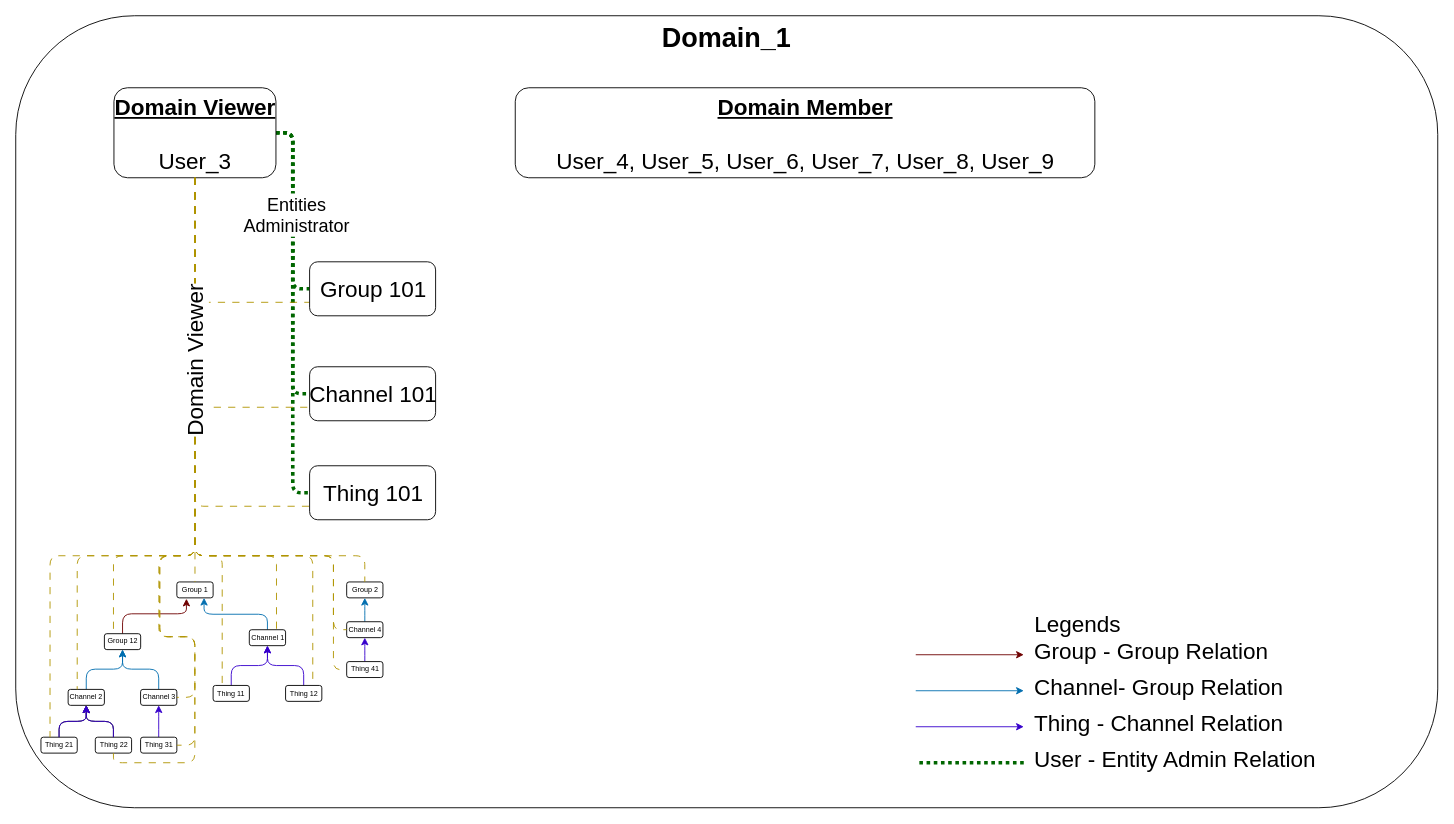
Earlier version of the draw.io diagram docs/diagrams/group_users_administrator_1.drawio (absmach/supermq-docs). Source tidied: cells renumbered, new cells numbered last; positions are measured from the earlier drawing's top-left corner, leaving out a move shared by most shapes. Both pictures are drawn from the tidied source at 90%, with x=0, y=0 at pixel (15, 15).
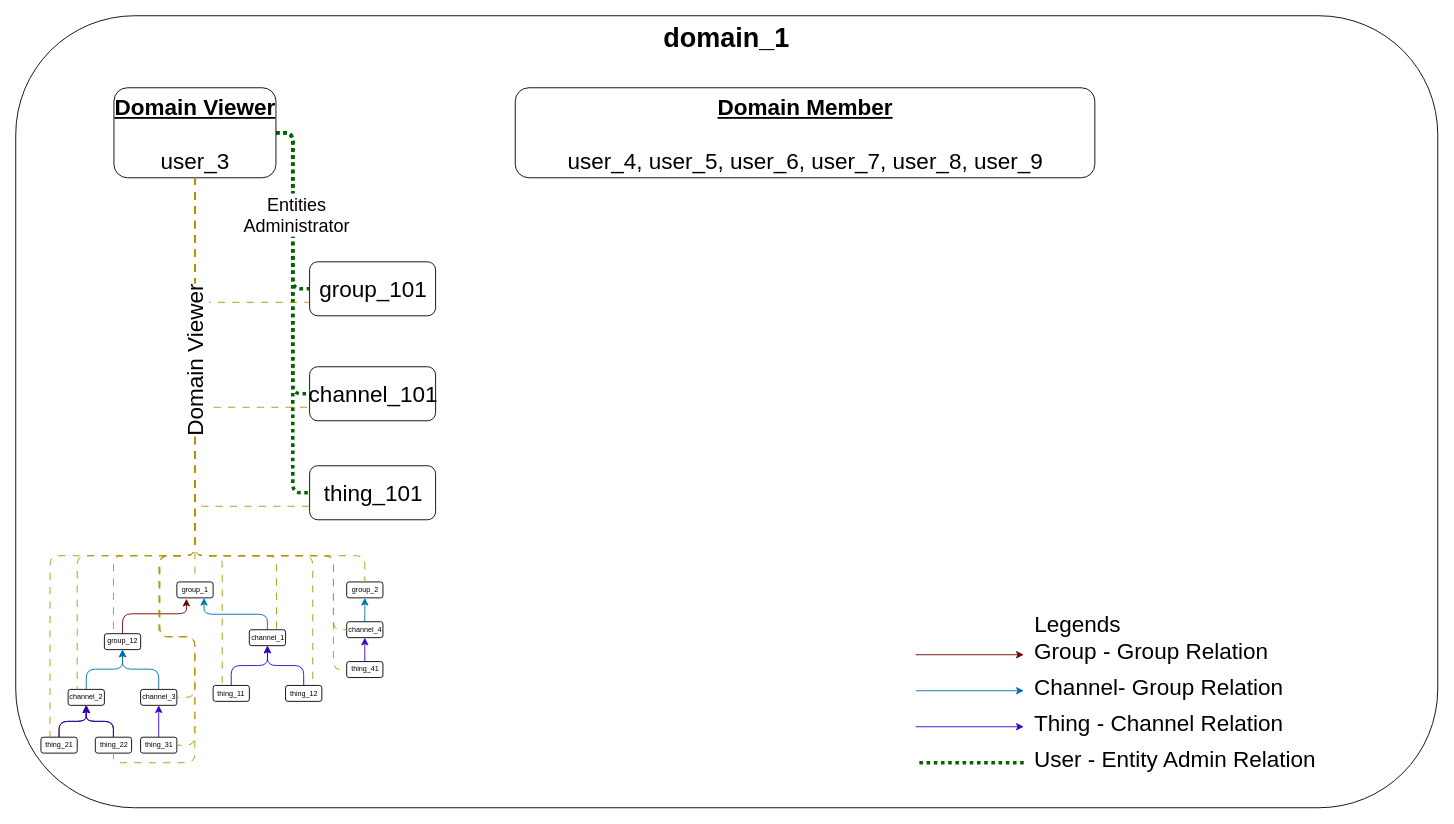
After the change.

The change refers to these unchanged cells:
```xml
<mxCell id="7" style="group;fontSize=8;" parent="6" vertex="1">
  <mxGeometry x="28" y="607" width="380" height="230" as="geometry" />
</mxCell>
```

Change to the diagram source:
```diff
@@
-    <mxCell id="5" value="&lt;font style=&quot;font-size: 30px;&quot;&gt;&lt;b style=&quot;&quot;&gt;Domain_1&lt;/b&gt;&lt;/font&gt;" style="rounded=1;whiteSpace=wrap;html=1;verticalAlign=top;fillColor=default;" parent="4" vertex="1">
+    <mxCell id="5" value="&lt;font style=&quot;font-size: 30px;&quot;&gt;&lt;b style=&quot;&quot;&gt;domain_1&lt;/b&gt;&lt;/font&gt;" style="rounded=1;whiteSpace=wrap;html=1;verticalAlign=top;fillColor=default;" parent="4" vertex="1">
       <mxGeometry width="1580" height="880" as="geometry" />
     </mxCell>
@@
-    <mxCell id="8" value="Group 1" style="rounded=1;html=1;fontSize=8;" parent="7" vertex="1">
+    <mxCell id="8" value="group_1" style="rounded=1;html=1;fontSize=8;" parent="7" vertex="1">
       <mxGeometry x="151" y="22.1" width="40.3" height="17.7" as="geometry" />
     </mxCell>
@@
-    <mxCell id="10" value="Group 12" style="rounded=1;whiteSpace=wrap;html=1;fontSize=8;" parent="7" vertex="1">
+    <mxCell id="10" value="group_12" style="rounded=1;whiteSpace=wrap;html=1;fontSize=8;" parent="7" vertex="1">
       <mxGeometry x="70.5" y="79.6" width="40.3" height="17.7" as="geometry" />
     </mxCell>
@@
-    <mxCell id="12" value="Channel 2" style="rounded=1;html=1;fontSize=8;" parent="7" vertex="1">
+    <mxCell id="12" value="channel_2" style="rounded=1;html=1;fontSize=8;" parent="7" vertex="1">
       <mxGeometry x="30.2" y="141.5" width="40.3" height="17.7" as="geometry" />
     </mxCell>
@@
-    <mxCell id="14" value="Channel 3" style="rounded=1;html=1;fontSize=8;" parent="7" vertex="1">
+    <mxCell id="14" value="channel_3" style="rounded=1;html=1;fontSize=8;" parent="7" vertex="1">
       <mxGeometry x="110.7" y="141.5" width="40.3" height="17.7" as="geometry" />
     </mxCell>
@@
-    <mxCell id="16" value="Channel 1" style="rounded=1;html=1;fontSize=8;" parent="7" vertex="1">
+    <mxCell id="16" value="channel_1" style="rounded=1;html=1;fontSize=8;" parent="7" vertex="1">
       <mxGeometry x="231.5" y="75.2" width="40.3" height="17.7" as="geometry" />
     </mxCell>
@@
-    <mxCell id="18" value="Thing 11" style="rounded=1;html=1;fontSize=8;" parent="7" vertex="1">
+    <mxCell id="18" value="thing_11" style="rounded=1;html=1;fontSize=8;" parent="7" vertex="1">
       <mxGeometry x="191.3" y="137.1" width="40.3" height="17.7" as="geometry" />
     </mxCell>
@@
-    <mxCell id="20" value="Thing 12" style="rounded=1;html=1;fontSize=8;" parent="7" vertex="1">
+    <mxCell id="20" value="thing_12" style="rounded=1;html=1;fontSize=8;" parent="7" vertex="1">
       <mxGeometry x="271.8" y="137.1" width="40.3" height="17.7" as="geometry" />
     </mxCell>
@@
-    <mxCell id="22" value="Thing 21" style="rounded=1;html=1;fontSize=8;" parent="7" vertex="1">
+    <mxCell id="22" value="thing_21" style="rounded=1;html=1;fontSize=8;" parent="7" vertex="1">
       <mxGeometry y="194.6" width="40.3" height="17.7" as="geometry" />
     </mxCell>
@@
-    <mxCell id="24" value="Thing 22" style="rounded=1;html=1;fontSize=8;" parent="7" vertex="1">
+    <mxCell id="24" value="thing_22" style="rounded=1;html=1;fontSize=8;" parent="7" vertex="1">
       <mxGeometry x="60.4" y="194.6" width="40.3" height="17.7" as="geometry" />
     </mxCell>
@@
-    <mxCell id="26" value="Thing 31" style="rounded=1;html=1;fontSize=8;" parent="7" vertex="1">
+    <mxCell id="26" value="thing_31" style="rounded=1;html=1;fontSize=8;" parent="7" vertex="1">
       <mxGeometry x="110.7" y="194.6" width="40.3" height="17.7" as="geometry" />
     </mxCell>
@@
-    <mxCell id="29" value="Group 2" style="rounded=1;html=1;fontSize=8;" parent="7" vertex="1">
+    <mxCell id="29" value="group_2" style="rounded=1;html=1;fontSize=8;" parent="7" vertex="1">
       <mxGeometry x="339.7" y="22.1" width="40.3" height="17.7" as="geometry" />
     </mxCell>
@@
-    <mxCell id="31" value="Channel 4" style="rounded=1;html=1;fontSize=8;" parent="7" vertex="1">
+    <mxCell id="31" value="channel_4" style="rounded=1;html=1;fontSize=8;" parent="7" vertex="1">
       <mxGeometry x="339.7" y="66.3" width="40.3" height="17.7" as="geometry" />
     </mxCell>
@@
-    <mxCell id="33" value="Thing 41" style="rounded=1;html=1;fontSize=8;" parent="7" vertex="1">
+    <mxCell id="33" value="thing_41" style="rounded=1;html=1;fontSize=8;" parent="7" vertex="1">
       <mxGeometry x="339.7" y="110.6" width="40.3" height="17.7" as="geometry" />
     </mxCell>
@@
-    <mxCell id="37" value="&lt;font style=&quot;font-size: 25px;&quot;&gt;&lt;b&gt;&lt;u&gt;Domain Member&lt;/u&gt;&lt;/b&gt;&lt;br&gt;&lt;br&gt;User_4, User_5, User_6, User_7, User_8, User_9&lt;/font&gt;" style="rounded=1;html=1;fontSize=25;verticalAlign=top;" parent="34" vertex="1">
+    <mxCell id="37" value="&lt;font style=&quot;font-size: 25px;&quot;&gt;&lt;b&gt;&lt;u&gt;Domain Member&lt;/u&gt;&lt;/b&gt;&lt;br&gt;&lt;br&gt;user_4, user_5, user_6, user_7, user_8, user_9&lt;/font&gt;" style="rounded=1;html=1;fontSize=25;verticalAlign=top;" parent="34" vertex="1">
       <mxGeometry x="555" y="80" width="644" height="100" as="geometry" />
     </mxCell>
@@
-    <mxCell id="48" value="&lt;font style=&quot;font-size: 25px;&quot;&gt;&lt;b&gt;&lt;u&gt;Domain Viewer&lt;/u&gt;&lt;/b&gt;&lt;br&gt;&lt;br&gt;User_3&lt;/font&gt;" style="rounded=1;html=1;fontSize=25;verticalAlign=top;" parent="34" vertex="1">
+    <mxCell id="48" value="&lt;font style=&quot;font-size: 25px;&quot;&gt;&lt;b&gt;&lt;u&gt;Domain Viewer&lt;/u&gt;&lt;/b&gt;&lt;br&gt;&lt;br&gt;user_3&lt;/font&gt;" style="rounded=1;html=1;fontSize=25;verticalAlign=top;" parent="34" vertex="1">
       <mxGeometry x="109.1" y="80" width="180" height="100" as="geometry" />
     </mxCell>
@@
-    <mxCell id="60" value="Group 101" style="rounded=1;html=1;fontSize=25;" parent="34" vertex="1">
+    <mxCell id="60" value="group_101" style="rounded=1;html=1;fontSize=25;" parent="34" vertex="1">
       <mxGeometry x="326.5" y="273.4" width="140" height="60" as="geometry" />
     </mxCell>
-    <mxCell id="61" value="Channel 101" style="rounded=1;html=1;fontSize=25;" parent="34" vertex="1">
+    <mxCell id="61" value="channel_101" style="rounded=1;html=1;fontSize=25;" parent="34" vertex="1">
       <mxGeometry x="326.5" y="390" width="140" height="60" as="geometry" />
     </mxCell>
@@
-    <mxCell id="71" value="Thing 101" style="rounded=1;html=1;fontSize=25;" parent="70" vertex="1">
+    <mxCell id="71" value="thing_101" style="rounded=1;html=1;fontSize=25;" parent="70" vertex="1">
       <mxGeometry x="326.5" y="500" width="140" height="60" as="geometry" />
     </mxCell>
```
